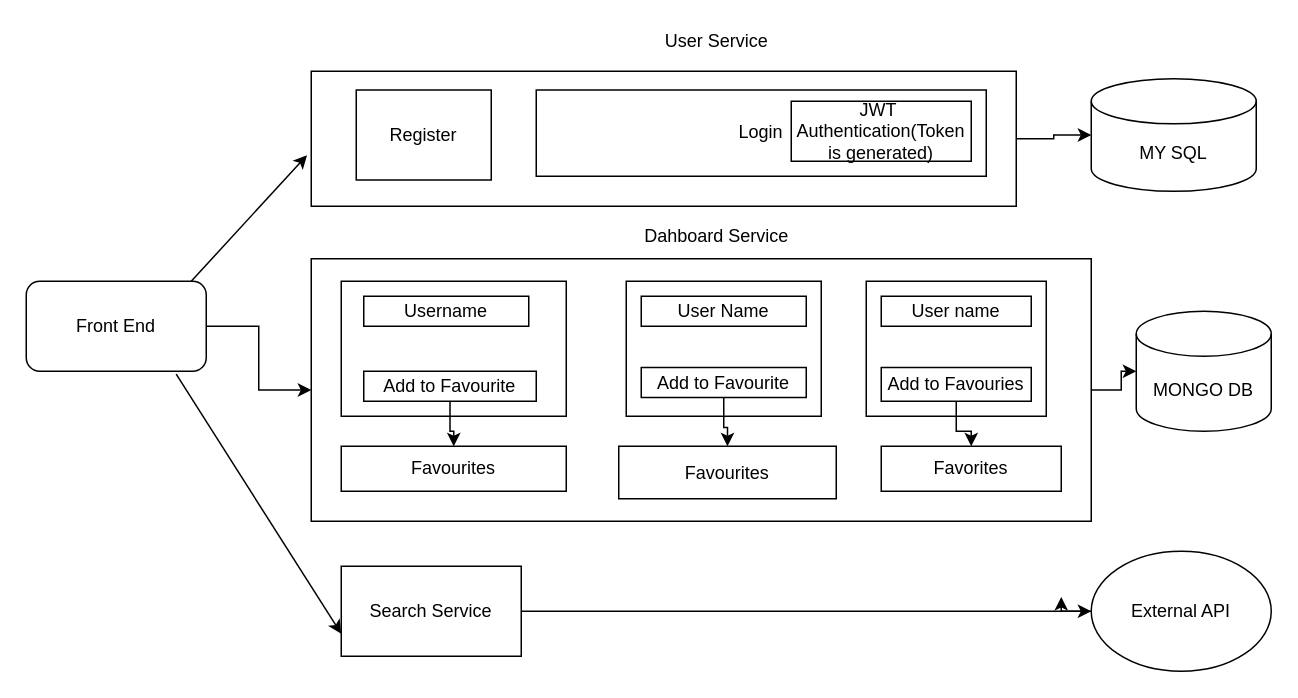
Earlier version of the draw.io diagram Untitled Diagram.drawio (kalavalajyothsna/config-service-repository). Source tidied: cells renumbered, new cells numbered last; positions are measured from the earlier drawing's top-left corner, leaving out a move shared by most shapes. Both pictures are drawn from the tidied source at 150%, with x=0, y=0 at pixel (26, 26).
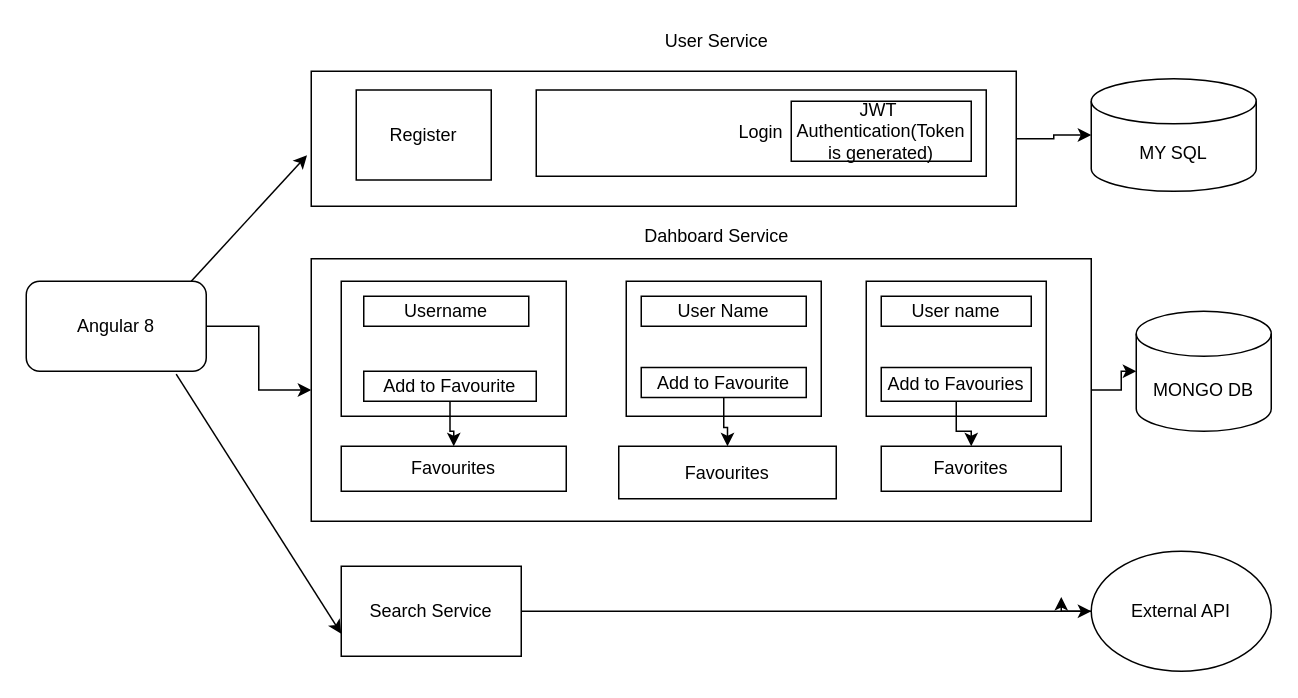
The same page after the edit.

What changed in the source:
```diff
@@
-    <mxCell id="3" value="Front End" style="rounded=1;whiteSpace=wrap;html=1;" parent="1" vertex="1">
+    <mxCell id="3" value="Angular 8" style="rounded=1;whiteSpace=wrap;html=1;" parent="1" vertex="1">
       <mxGeometry y="170" width="120" height="60" as="geometry" />
     </mxCell>
```
